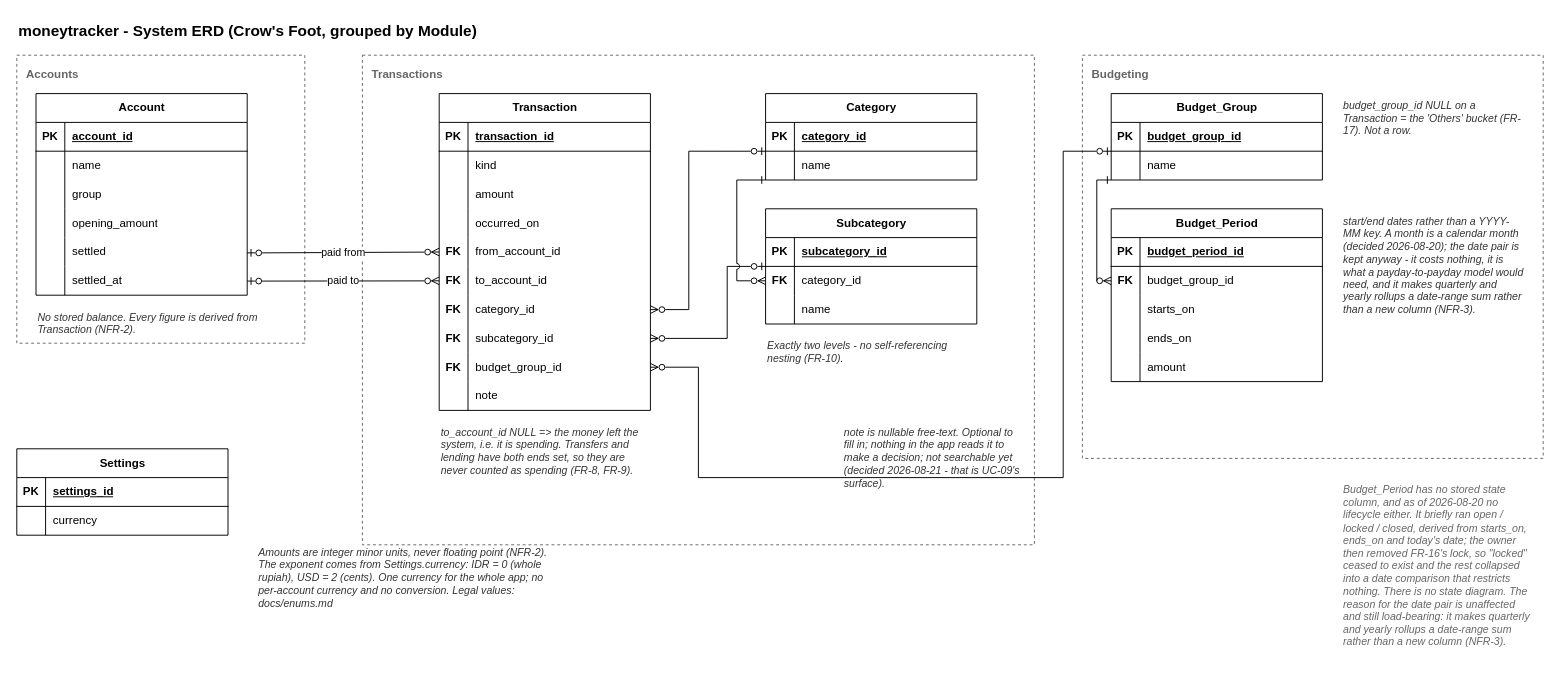
The draw.io diagram docs/diagrams/erd.drawio in EldwinPr/uangsaku, before the edit. Source tidied: cells renumbered, new cells numbered last; positions are measured from the earlier drawing's top-left corner, leaving out a move shared by most shapes. Both pictures are drawn from the tidied source at 96%, with x=0, y=0 at pixel (16, 16).
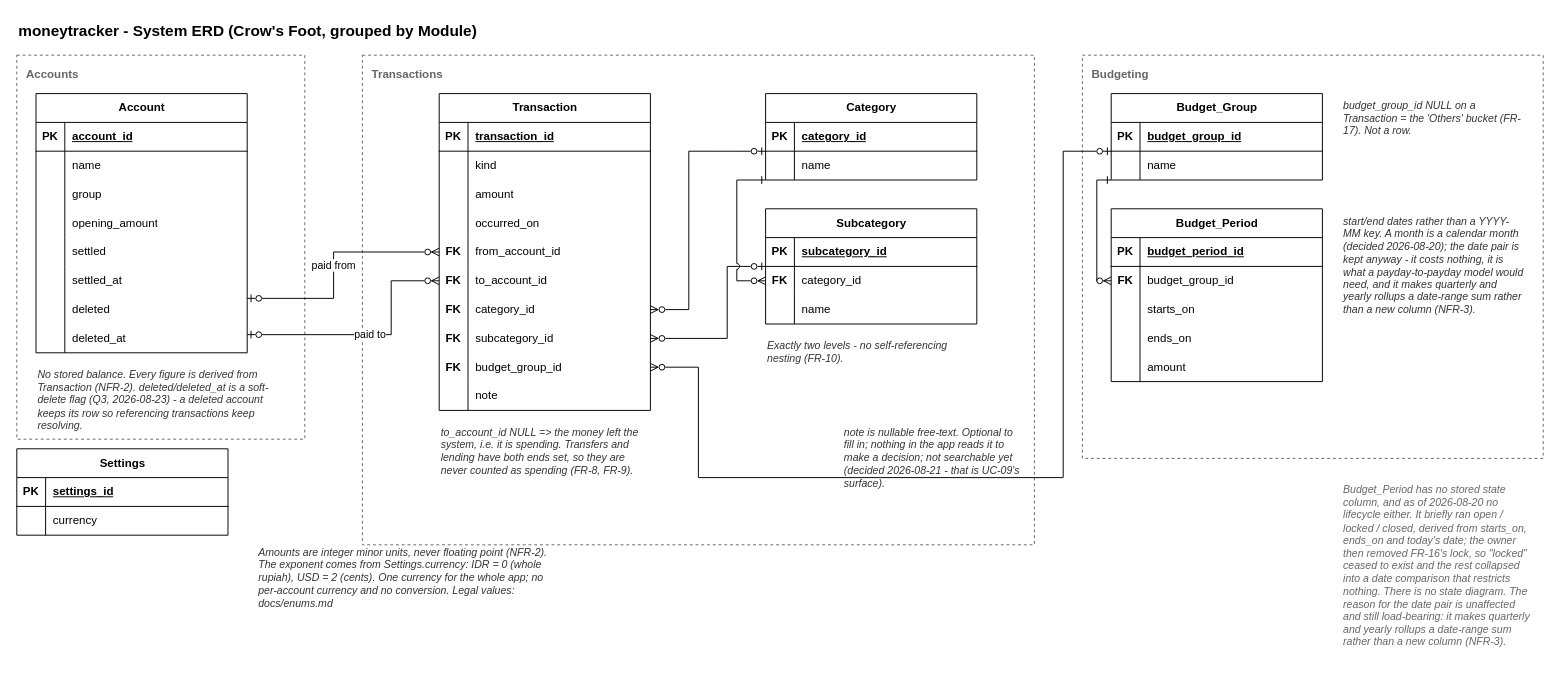
Above is the later version.

Commit message (it also covers changes not shown here):
Q3 answered (soft delete), Q4 answered (fixed side + signed amount): UC02B-edit-account and UC03-adjust-account unhalted

Change to the diagram source:
```diff
@@
     <mxCell id="3" value="Accounts" style="rounded=0;whiteSpace=wrap;html=1;dashed=1;fillColor=none;strokeColor=#666666;verticalAlign=top;align=left;spacingLeft=8;spacingTop=6;fontStyle=1;fontColor=#666666;" parent="1" vertex="1">
-      <mxGeometry y="40" width="300" height="300" as="geometry" />
+      <mxGeometry y="40" width="300" height="400" as="geometry" />
     </mxCell>
@@
     <mxCell id="6" value="Account" style="shape=table;startSize=30;childLayout=tableLayout;rowLines=0;fontStyle=1;align=center;html=1;" parent="1" vertex="1">
-      <mxGeometry x="20" y="80" width="220" height="210" as="geometry" />
+      <mxGeometry x="20" y="80" width="220" height="270" as="geometry" />
     </mxCell>
@@
+    <mxCell id="118" style="shape=tableRow;horizontal=0;startSize=0;swimlaneHead=0;swimlaneBody=0;fillColor=none;top=0;left=0;right=0;bottom=0;" parent="6" vertex="1">
+      <mxGeometry y="210" width="220" height="30" as="geometry" />
+    </mxCell>
+    <mxCell id="119" style="shape=partialRectangle;fillColor=none;top=0;left=0;bottom=0;right=0;fontStyle=1;overflow=hidden;whiteSpace=wrap;html=1;" parent="118" vertex="1">
+      <mxGeometry width="30" height="30" as="geometry" />
+    </mxCell>
+    <mxCell id="120" value="deleted" style="shape=partialRectangle;fillColor=none;top=0;left=0;bottom=0;right=0;align=left;spacingLeft=6;overflow=hidden;whiteSpace=wrap;html=1;" parent="118" vertex="1">
+      <mxGeometry x="30" width="190" height="30" as="geometry" />
+    </mxCell>
+    <mxCell id="121" style="shape=tableRow;horizontal=0;startSize=0;swimlaneHead=0;swimlaneBody=0;fillColor=none;top=0;left=0;right=0;bottom=0;" parent="6" vertex="1">
+      <mxGeometry y="240" width="220" height="30" as="geometry" />
+    </mxCell>
+    <mxCell id="122" style="shape=partialRectangle;fillColor=none;top=0;left=0;bottom=0;right=0;fontStyle=1;overflow=hidden;whiteSpace=wrap;html=1;" parent="121" vertex="1">
+      <mxGeometry width="30" height="30" as="geometry" />
+    </mxCell>
+    <mxCell id="123" value="deleted_at" style="shape=partialRectangle;fillColor=none;top=0;left=0;bottom=0;right=0;align=left;spacingLeft=6;overflow=hidden;whiteSpace=wrap;html=1;" parent="121" vertex="1">
+      <mxGeometry x="30" width="190" height="30" as="geometry" />
+    </mxCell>
@@
-    <mxCell id="96" value="No stored balance. Every figure is derived from Transaction (NFR-2)." style="text;html=1;align=left;verticalAlign=top;fontSize=11;fontColor=#333333;fontStyle=2;whiteSpace=wrap;" parent="1" vertex="1">
-      <mxGeometry x="20" y="300" width="260" height="34" as="geometry" />
+    <mxCell id="96" value="No stored balance. Every figure is derived from Transaction (NFR-2). deleted/deleted_at is a soft-delete flag (Q3, 2026-08-23) - a deleted account keeps its row so referencing transactions keep resolving." style="text;html=1;align=left;verticalAlign=top;fontSize=11;fontColor=#333333;fontStyle=2;whiteSpace=wrap;" parent="1" vertex="1">
+      <mxGeometry x="20" y="360" width="260" height="60" as="geometry" />
     </mxCell>
```
